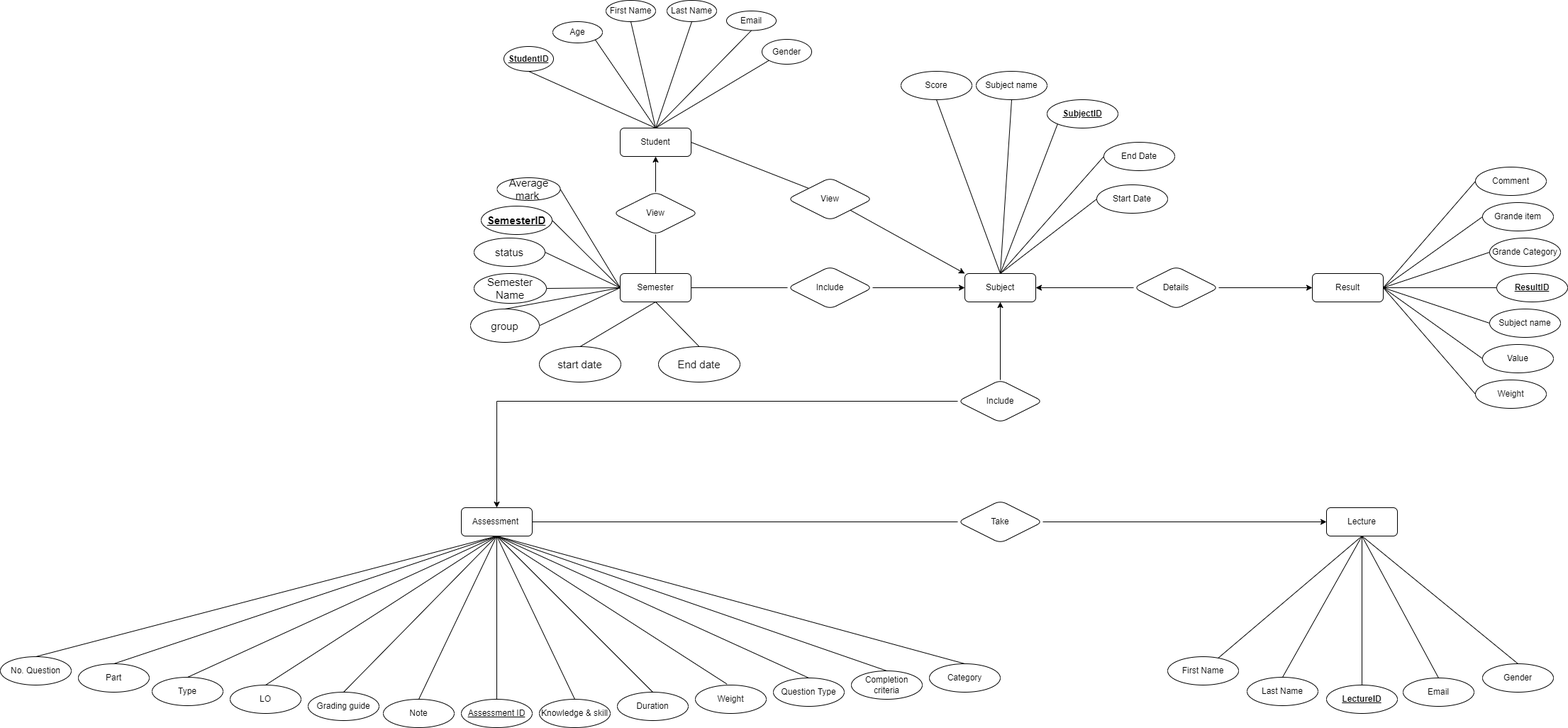
Above: ERD Quan Ly Diem.png in vietanhlek48/DBI_SP22_Assessment (draw.io), before the change. Source tidied: cells renumbered, new cells last; positions are measured from the earlier drawing's top-left corner, leaving out a move shared by most shapes.
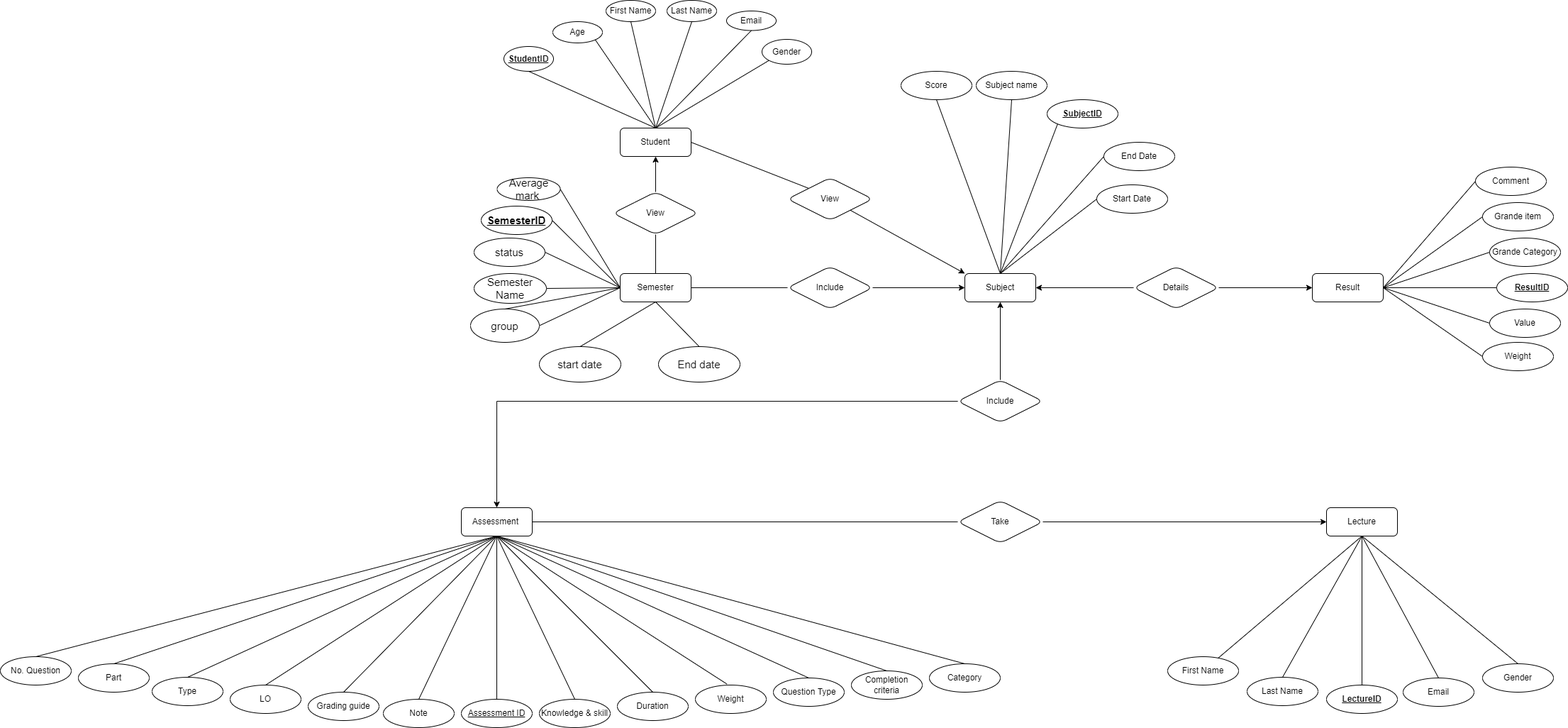
The same file after the commit.

What changed in the source:
```diff
@@ -173,9 +173,6 @@
     <mxCell id="58" value="Comment&lt;span style=&quot;color: rgba(0, 0, 0, 0); font-family: monospace; font-size: 0px; text-align: start;&quot;&gt;%3CmxGraphModel%3E%3Croot%3E%3CmxCell%20id%3D%220%22%2F%3E%3CmxCell%20id%3D%221%22%20parent%3D%220%22%2F%3E%3CmxCell%20id%3D%222%22%20value%3D%22Attribute%22%20style%3D%22ellipse%3BwhiteSpace%3Dwrap%3Bhtml%3D1%3Balign%3Dcenter%3B%22%20vertex%3D%221%22%20parent%3D%221%22%3E%3CmxGeometry%20x%3D%22550%22%20y%3D%22350%22%20width%3D%22100%22%20height%3D%2240%22%20as%3D%22geometry%22%2F%3E%3C%2FmxCell%3E%3C%2Froot%3E%3C%2FmxGraphModel%3E&lt;/span&gt;" style="ellipse;whiteSpace=wrap;html=1;align=center;rounded=1;" parent="1" vertex="1">
       <mxGeometry x="2080" y="235" width="100" height="40" as="geometry" />
     </mxCell>
-    <mxCell id="59" value="Subject name" style="ellipse;whiteSpace=wrap;html=1;align=center;rounded=1;" parent="1" vertex="1">
-      <mxGeometry x="2100" y="435" width="100" height="40" as="geometry" />
-    </mxCell>
     <mxCell id="60" value="Grande Category" style="ellipse;whiteSpace=wrap;html=1;align=center;rounded=1;" parent="1" vertex="1">
       <mxGeometry x="2100" y="335" width="100" height="40" as="geometry" />
     </mxCell>
@@ -183,10 +180,10 @@
       <mxGeometry x="2090" y="285" width="100" height="40" as="geometry" />
     </mxCell>
     <mxCell id="62" value="Weight" style="ellipse;whiteSpace=wrap;html=1;align=center;rounded=1;" parent="1" vertex="1">
-      <mxGeometry x="2080" y="535" width="100" height="40" as="geometry" />
+      <mxGeometry x="2090" y="482" width="100" height="40" as="geometry" />
     </mxCell>
     <mxCell id="63" value="Value" style="ellipse;whiteSpace=wrap;html=1;align=center;rounded=1;" parent="1" vertex="1">
-      <mxGeometry x="2090" y="485" width="100" height="40" as="geometry" />
+      <mxGeometry x="2100" y="435" width="100" height="40" as="geometry" />
     </mxCell>
     <mxCell id="64" value="&lt;b&gt;ResultID&lt;/b&gt;" style="ellipse;whiteSpace=wrap;html=1;align=center;fontStyle=4;rounded=1;" parent="1" vertex="1">
       <mxGeometry x="2110" y="385" width="100" height="40" as="geometry" />
@@ -203,9 +200,6 @@
     <mxCell id="68" style="endArrow=none;html=1;rounded=1;entryX=0;entryY=0.5;entryDx=0;entryDy=0;exitX=1;exitY=0.5;exitDx=0;exitDy=0;" parent="1" edge="1" source="6" target="64">
       <mxGeometry relative="1" as="geometry" />
     </mxCell>
-    <mxCell id="69" style="endArrow=none;html=1;rounded=1;exitX=1;exitY=0.5;exitDx=0;exitDy=0;entryX=0;entryY=0.5;entryDx=0;entryDy=0;" parent="1" edge="1" source="6" target="59">
-      <mxGeometry relative="1" as="geometry" />
-    </mxCell>
     <mxCell id="70" style="endArrow=none;html=1;rounded=1;exitX=1;exitY=0.5;exitDx=0;exitDy=0;entryX=0;entryY=0.5;entryDx=0;entryDy=0;" parent="1" edge="1" source="6" target="63">
       <mxGeometry relative="1" as="geometry" />
     </mxCell>
```
